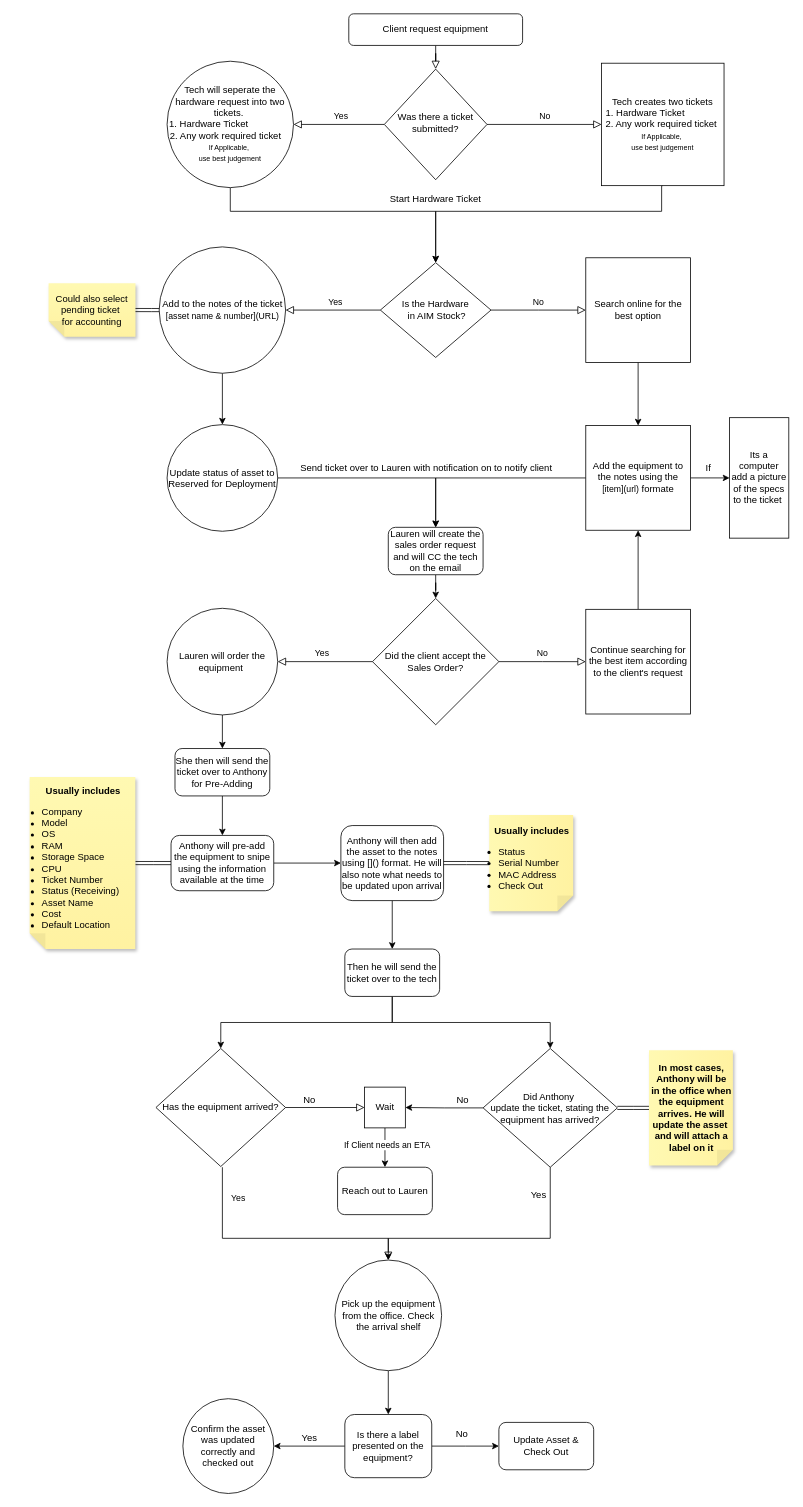
Above: snipeflow.drawio in TribAdris/snipeflow (draw.io), before the change. Source tidied: cells renumbered, new cells numbered last; positions are measured from the earlier drawing's top-left corner, leaving out a move shared by most shapes. Both pictures are drawn from the tidied source at 79%, with x=0, y=0 at pixel (29, 13).
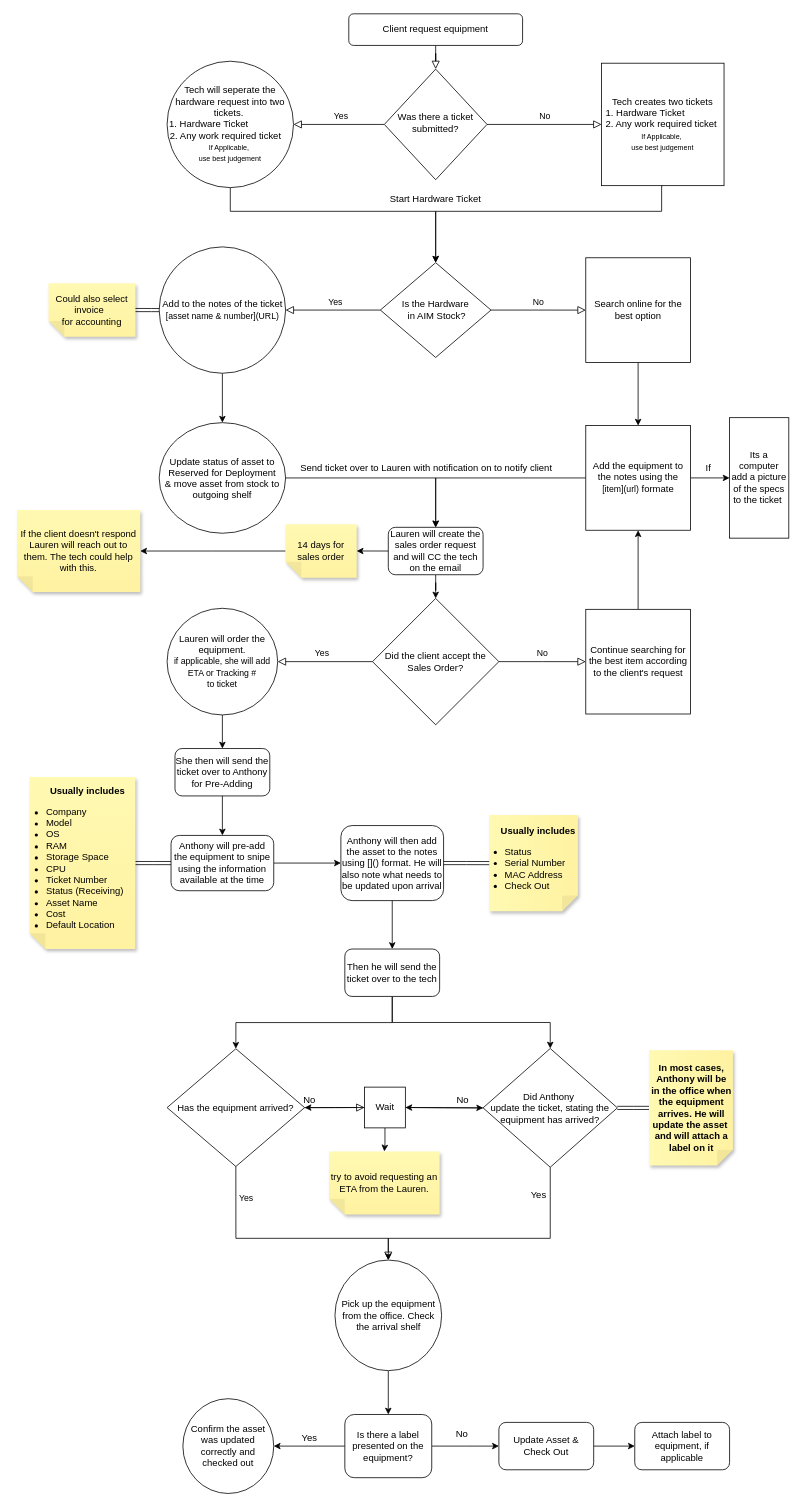
After the change.

The change refers to these unchanged cells:
```xml
<mxCell id="30" value="Lauren will create the sales order request and will CC the tech on the email" style="rounded=1;whiteSpace=wrap;html=1;" parent="1" vertex="1">
  <mxGeometry x="454" y="650" width="120" height="60" as="geometry" />
</mxCell>
<mxCell id="56" value="Wait" style="whiteSpace=wrap;html=1;" parent="1" vertex="1">
  <mxGeometry x="424" y="1358.6" width="51.6" height="51.6" as="geometry" />
</mxCell>
<mxCell id="59" value="Did Anthony&amp;nbsp;&lt;div&gt;update the ticket, stating the equipment has arrived?&lt;/div&gt;" style="rhombus;whiteSpace=wrap;html=1;direction=north;" parent="1" vertex="1">
  <mxGeometry x="574" y="1309.7" width="170" height="150.3" as="geometry" />
</mxCell>
<mxCell id="61" value="Pick up the equipment from the office. Check the arrival shelf" style="ellipse;whiteSpace=wrap;html=1;direction=south;" parent="1" vertex="1">
  <mxGeometry x="386.5" y="1577.5" width="135" height="140" as="geometry" />
</mxCell>
<mxCell id="72" value="Update Asset &amp;amp; Check Out" style="whiteSpace=wrap;html=1;rounded=1;" parent="1" vertex="1">
  <mxGeometry x="594" y="1783" width="120" height="60" as="geometry" />
</mxCell>
```

What changed in the source:
```diff
@@
-    <mxCell id="20" value="Update status of asset to&lt;br&gt;Reserved for Deployment" style="ellipse;whiteSpace=wrap;html=1;" parent="1" vertex="1">
-      <mxGeometry x="174" y="520" width="140" height="135" as="geometry" />
+    <mxCell id="20" value="Update status of asset to&lt;br&gt;Reserved for Deployment&lt;div&gt;&amp;amp; move asset from stock to outgoing shelf&lt;/div&gt;" style="ellipse;whiteSpace=wrap;html=1;" parent="1" vertex="1">
+      <mxGeometry x="164" y="517.5" width="160" height="140" as="geometry" />
     </mxCell>
@@
-    <mxCell id="26" value="Could also select pending ticket&amp;nbsp;&lt;div&gt;for accounting&lt;/div&gt;" style="shape=note;whiteSpace=wrap;html=1;backgroundOutline=1;fontColor=#000000;darkOpacity=0.05;fillColor=#FFF9B2;strokeColor=none;fillStyle=solid;direction=west;gradientDirection=north;gradientColor=#FFF2A1;shadow=1;size=20;" parent="1" vertex="1">
+    <mxCell id="26" value="Could also select invoice&amp;nbsp;&amp;nbsp;&lt;div&gt;for accounting&lt;/div&gt;" style="shape=note;whiteSpace=wrap;html=1;backgroundOutline=1;fontColor=#000000;darkOpacity=0.05;fillColor=#FFF9B2;strokeColor=none;fillStyle=solid;direction=west;gradientDirection=north;gradientColor=#FFF2A1;shadow=1;size=20;" parent="1" vertex="1">
       <mxGeometry x="24" y="341.2" width="110" height="67.5" as="geometry" />
     </mxCell>
@@
-    <mxCell id="35" value="Lauren will order the equipment&amp;nbsp;" style="ellipse;whiteSpace=wrap;html=1;" parent="1" vertex="1">
+    <mxCell id="35" value="Lauren will order the equipment.&lt;br&gt;&lt;font style=&quot;font-size: 11px;&quot;&gt;if applicable,&amp;nbsp;&lt;/font&gt;&lt;span style=&quot;font-size: 11px; background-color: initial;&quot;&gt;she will add&lt;/span&gt;&lt;div&gt;&lt;div&gt;&lt;font style=&quot;font-size: 11px;&quot;&gt;&amp;nbsp;ETA or Tracking #&amp;nbsp;&lt;/font&gt;&lt;/div&gt;&lt;div&gt;&lt;font style=&quot;font-size: 11px;&quot;&gt;to ticket&lt;/font&gt;&lt;/div&gt;&lt;/div&gt;" style="ellipse;whiteSpace=wrap;html=1;spacingLeft=0;" parent="1" vertex="1">
       <mxGeometry x="174" y="752.5" width="140" height="135" as="geometry" />
     </mxCell>
@@
-    <mxCell id="43" value="&lt;b&gt;Usually includes&lt;br&gt;&lt;/b&gt;&lt;ul style=&quot;margin-left: -45px; margin-right: -20px;&quot;&gt;&lt;li style=&quot;text-align: left;&quot;&gt;Company&lt;br&gt;&lt;/li&gt;&lt;li style=&quot;text-align: left;&quot;&gt;Model&lt;/li&gt;&lt;li style=&quot;text-align: left;&quot;&gt;OS&lt;/li&gt;&lt;li style=&quot;text-align: left;&quot;&gt;RAM&lt;/li&gt;&lt;li style=&quot;text-align: left;&quot;&gt;Storage Space&lt;br&gt;&lt;/li&gt;&lt;li style=&quot;text-align: left;&quot;&gt;CPU&lt;/li&gt;&lt;li style=&quot;text-align: left;&quot;&gt;Ticket Number&lt;/li&gt;&lt;li style=&quot;text-align: left;&quot;&gt;Status (Receiving)&lt;/li&gt;&lt;li style=&quot;text-align: left;&quot;&gt;Asset Name&lt;/li&gt;&lt;li style=&quot;text-align: left;&quot;&gt;Cost&lt;/li&gt;&lt;li style=&quot;text-align: left;&quot;&gt;Default Location&lt;/li&gt;&lt;/ul&gt;" style="shape=note;whiteSpace=wrap;html=1;backgroundOutline=1;fontColor=#000000;darkOpacity=0.05;fillColor=#FFF9B2;strokeColor=none;fillStyle=solid;direction=west;gradientDirection=north;gradientColor=#FFF2A1;shadow=1;size=20;spacingLeft=2;" parent="1" vertex="1">
+    <mxCell id="43" value="&lt;b&gt;Usually includes&lt;br&gt;&lt;/b&gt;&lt;ul style=&quot;margin-left: -45px; margin-right: -20px;&quot;&gt;&lt;li style=&quot;text-align: left;&quot;&gt;Company&lt;br&gt;&lt;/li&gt;&lt;li style=&quot;text-align: left;&quot;&gt;Model&lt;/li&gt;&lt;li style=&quot;text-align: left;&quot;&gt;OS&lt;/li&gt;&lt;li style=&quot;text-align: left;&quot;&gt;RAM&lt;/li&gt;&lt;li style=&quot;text-align: left;&quot;&gt;Storage Space&lt;br&gt;&lt;/li&gt;&lt;li style=&quot;text-align: left;&quot;&gt;CPU&lt;/li&gt;&lt;li style=&quot;text-align: left;&quot;&gt;Ticket Number&lt;/li&gt;&lt;li style=&quot;text-align: left;&quot;&gt;Status (Receiving)&lt;/li&gt;&lt;li style=&quot;text-align: left;&quot;&gt;Asset Name&lt;/li&gt;&lt;li style=&quot;text-align: left;&quot;&gt;Cost&lt;/li&gt;&lt;li style=&quot;text-align: left;&quot;&gt;Default Location&lt;/li&gt;&lt;/ul&gt;" style="shape=note;whiteSpace=wrap;html=1;backgroundOutline=1;fontColor=#000000;darkOpacity=0.05;fillColor=#FFF9B2;strokeColor=none;fillStyle=solid;direction=west;gradientDirection=north;gradientColor=#FFF2A1;shadow=1;size=20;spacingLeft=13;" parent="1" vertex="1">
       <mxGeometry y="966.2" width="133.8" height="217.5" as="geometry" />
     </mxCell>
@@
-    <mxCell id="46" value="&lt;b&gt;Usually includes&lt;br&gt;&lt;/b&gt;&lt;ul style=&quot;margin-left: -35px; margin-right: -20px;&quot;&gt;&lt;li style=&quot;text-align: left;&quot;&gt;Status&lt;br&gt;&lt;/li&gt;&lt;li style=&quot;text-align: left;&quot;&gt;Serial Number&lt;/li&gt;&lt;li style=&quot;text-align: left;&quot;&gt;MAC Address&lt;/li&gt;&lt;li style=&quot;text-align: left;&quot;&gt;Check Out&amp;nbsp;&lt;br&gt;&lt;/li&gt;&lt;/ul&gt;" style="shape=note;whiteSpace=wrap;html=1;backgroundOutline=1;fontColor=#000000;darkOpacity=0.05;fillColor=#FFF9B2;strokeColor=none;fillStyle=solid;direction=south;gradientDirection=north;gradientColor=#FFF2A1;shadow=1;size=20;spacingLeft=2;" parent="1" vertex="1">
-      <mxGeometry x="581.8" y="1014.1" width="106.2" height="121.9" as="geometry" />
+    <mxCell id="46" value="&lt;b&gt;Usually includes&lt;br&gt;&lt;/b&gt;&lt;ul style=&quot;margin-left: -35px; margin-right: -20px;&quot;&gt;&lt;li style=&quot;text-align: left;&quot;&gt;Status&lt;br&gt;&lt;/li&gt;&lt;li style=&quot;text-align: left;&quot;&gt;Serial Number&lt;/li&gt;&lt;li style=&quot;text-align: left;&quot;&gt;MAC Address&lt;/li&gt;&lt;li style=&quot;text-align: left;&quot;&gt;Check Out&amp;nbsp;&lt;br&gt;&lt;/li&gt;&lt;/ul&gt;" style="shape=note;whiteSpace=wrap;html=1;backgroundOutline=1;fontColor=#000000;darkOpacity=0.05;fillColor=#FFF9B2;strokeColor=none;fillStyle=solid;direction=south;gradientDirection=north;gradientColor=#FFF2A1;shadow=1;size=20;spacingLeft=12;" parent="1" vertex="1">
+      <mxGeometry x="581.8" y="1014.1" width="112.2" height="121.9" as="geometry" />
     </mxCell>
@@
     <mxCell id="51" value="Has the equipment arrived?" style="rhombus;whiteSpace=wrap;html=1;direction=south;" parent="1" vertex="1">
-      <mxGeometry x="159.9" y="1309.7" width="164.1" height="149.4" as="geometry" />
+      <mxGeometry x="174" y="1310" width="174.1" height="149.1" as="geometry" />
     </mxCell>
-    <mxCell id="52" value="Yes" style="rounded=0;html=1;jettySize=auto;fontSize=11;endArrow=block;endFill=0;endSize=8;strokeWidth=1;shadow=0;labelBackgroundColor=none;edgeStyle=orthogonalEdgeStyle;entryX=0;entryY=0.5;entryDx=0;entryDy=0;" parent="1" edge="1" target="61">
-      <mxGeometry x="-0.76" y="20" relative="1" as="geometry">
-        <mxPoint x="244" y="1460" as="sourcePoint" />
+    <mxCell id="52" value="Yes" style="rounded=0;html=1;jettySize=auto;fontSize=11;endArrow=block;endFill=0;endSize=8;strokeWidth=1;shadow=0;labelBackgroundColor=none;edgeStyle=orthogonalEdgeStyle;entryX=0;entryY=0.5;entryDx=0;entryDy=0;exitX=1;exitY=0.5;exitDx=0;exitDy=0;" parent="1" edge="1" source="51" target="61">
+      <mxGeometry x="-0.74" y="13" relative="1" as="geometry">
         <Array as="points">
-          <mxPoint x="244" y="1550" />
+          <mxPoint x="261" y="1550" />
           <mxPoint x="454" y="1550" />
         </Array>
       </mxGeometry>
     </mxCell>
@@
-    <mxCell id="54" style="edgeStyle=orthogonalEdgeStyle;rounded=0;jettySize=auto;html=1;entryX=0.5;entryY=0;entryDx=0;entryDy=0;" parent="1" edge="1" source="56" target="67">
-      <mxGeometry relative="1" as="geometry" />
-    </mxCell>
-    <mxCell id="55" value="If Client needs an ETA&amp;nbsp;" style="edgeLabel;html=1;align=center;verticalAlign=middle;" parent="54" vertex="1">
-      <mxGeometry x="-0.14" y="3" relative="1" as="geometry">
-        <mxPoint x="1" as="offset" />
-      </mxGeometry>
-    </mxCell>
+    <mxCell id="75" style="edgeStyle=orthogonalEdgeStyle;rounded=0;jettySize=auto;html=1;entryX=0.5;entryY=0;entryDx=0;entryDy=0;" parent="1" edge="1" source="56" target="51">
+      <mxGeometry relative="1" as="geometry" />
+    </mxCell>
+    <mxCell id="76" style="edgeStyle=orthogonalEdgeStyle;rounded=0;jettySize=auto;html=1;" parent="1" edge="1" source="56" target="59">
+      <mxGeometry relative="1" as="geometry" />
+    </mxCell>
+    <mxCell id="77" style="edgeStyle=orthogonalEdgeStyle;rounded=0;jettySize=auto;html=1;" parent="1" edge="1" source="56" target="83">
+      <mxGeometry relative="1" as="geometry" />
+    </mxCell>
@@
-    <mxCell id="67" value="Reach out to Lauren" style="whiteSpace=wrap;html=1;rounded=1;" parent="1" vertex="1">
-      <mxGeometry x="389.8" y="1460" width="120" height="60" as="geometry" />
-    </mxCell>
@@
+    <mxCell id="78" style="edgeStyle=orthogonalEdgeStyle;rounded=0;jettySize=auto;html=1;" parent="1" edge="1" source="72" target="84">
+      <mxGeometry relative="1" as="geometry" />
+    </mxCell>
@@
+    <mxCell id="79" style="edgeStyle=orthogonalEdgeStyle;rounded=0;jettySize=auto;html=1;entryX=0;entryY=0.5;entryDx=0;entryDy=0;entryPerimeter=0;" parent="1" edge="1" source="80" target="82">
+      <mxGeometry relative="1" as="geometry" />
+    </mxCell>
+    <mxCell id="80" value="14 days for sales order" style="shape=note;whiteSpace=wrap;html=1;backgroundOutline=1;fontColor=#000000;darkOpacity=0.05;fillColor=#FFF9B2;strokeColor=none;fillStyle=solid;direction=west;gradientDirection=north;gradientColor=#FFF2A1;shadow=1;size=20;" parent="1" vertex="1">
+      <mxGeometry x="324" y="646.2" width="90" height="67.5" as="geometry" />
+    </mxCell>
+    <mxCell id="81" style="edgeStyle=orthogonalEdgeStyle;rounded=0;jettySize=auto;html=1;exitX=0;exitY=0.5;exitDx=0;exitDy=0;entryX=0;entryY=0.5;entryDx=0;entryDy=0;entryPerimeter=0;" parent="1" edge="1" source="30" target="80">
+      <mxGeometry relative="1" as="geometry" />
+    </mxCell>
+    <mxCell id="82" value="If the client doesn't respond Lauren will reach out to them. The tech could help with this." style="shape=note;whiteSpace=wrap;html=1;backgroundOutline=1;fontColor=#000000;darkOpacity=0.05;fillColor=#FFF9B2;strokeColor=none;fillStyle=solid;direction=west;gradientDirection=north;gradientColor=#FFF2A1;shadow=1;size=20;" parent="1" vertex="1">
+      <mxGeometry x="-16" y="628.1" width="156" height="103.8" as="geometry" />
+    </mxCell>
+    <mxCell id="83" value="try to avoid requesting an ETA from the Lauren." style="shape=note;whiteSpace=wrap;html=1;backgroundOutline=1;fontColor=#000000;darkOpacity=0.05;fillColor=#FFF9B2;strokeColor=none;fillStyle=solid;direction=west;gradientDirection=north;gradientColor=#FFF2A1;shadow=1;size=20;" parent="1" vertex="1">
+      <mxGeometry x="379" y="1440" width="140" height="80" as="geometry" />
+    </mxCell>
+    <mxCell id="84" value="Attach label to equipment, if applicable" style="whiteSpace=wrap;html=1;rounded=1;" parent="1" vertex="1">
+      <mxGeometry x="766" y="1783" width="120" height="60" as="geometry" />
+    </mxCell>
```
